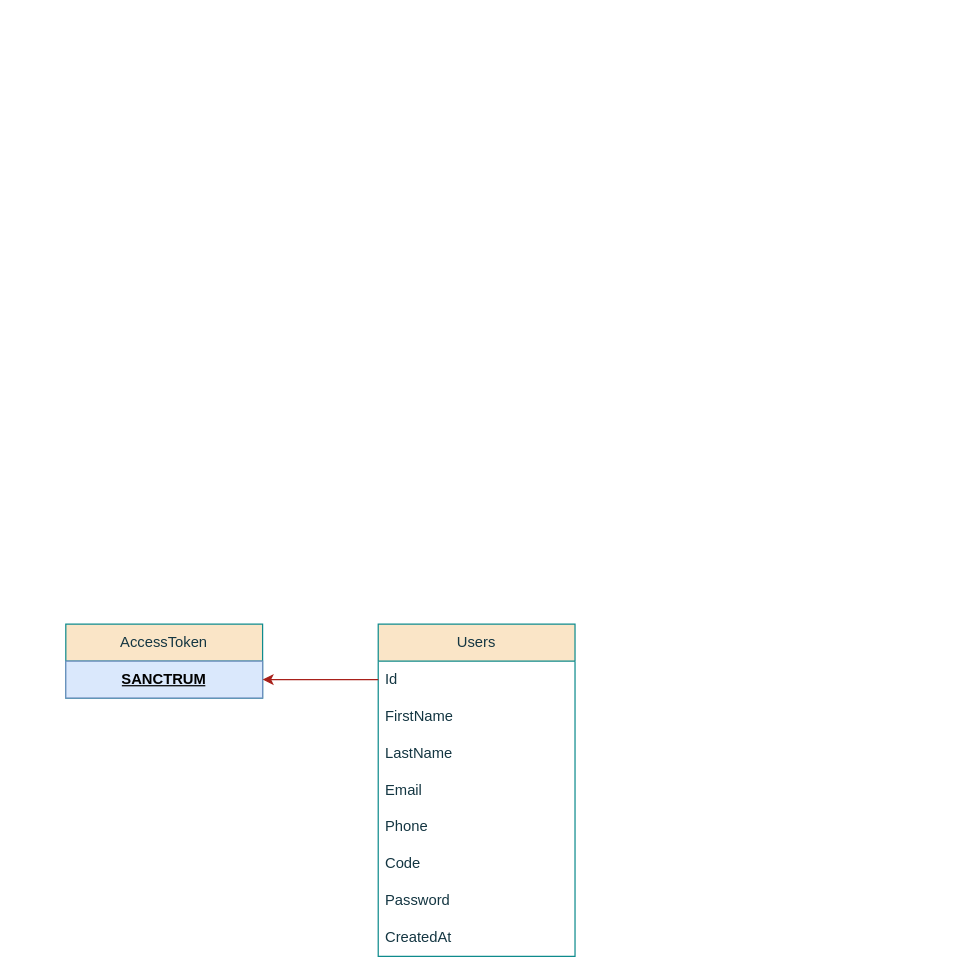
Before: page "Схема базы данных" (1 of 4) of Documentation/Diagram work to application.drawio in Remote-Siberian-Hammer/BET_ASSISTANT, a draw.io diagram. Source tidied: cells renumbered, new cells numbered last; positions are measured from the earlier drawing's top-left corner, leaving out a move shared by most shapes. Both pictures are drawn from the tidied source at 123%, with x=0, y=0 at pixel (65, 624).
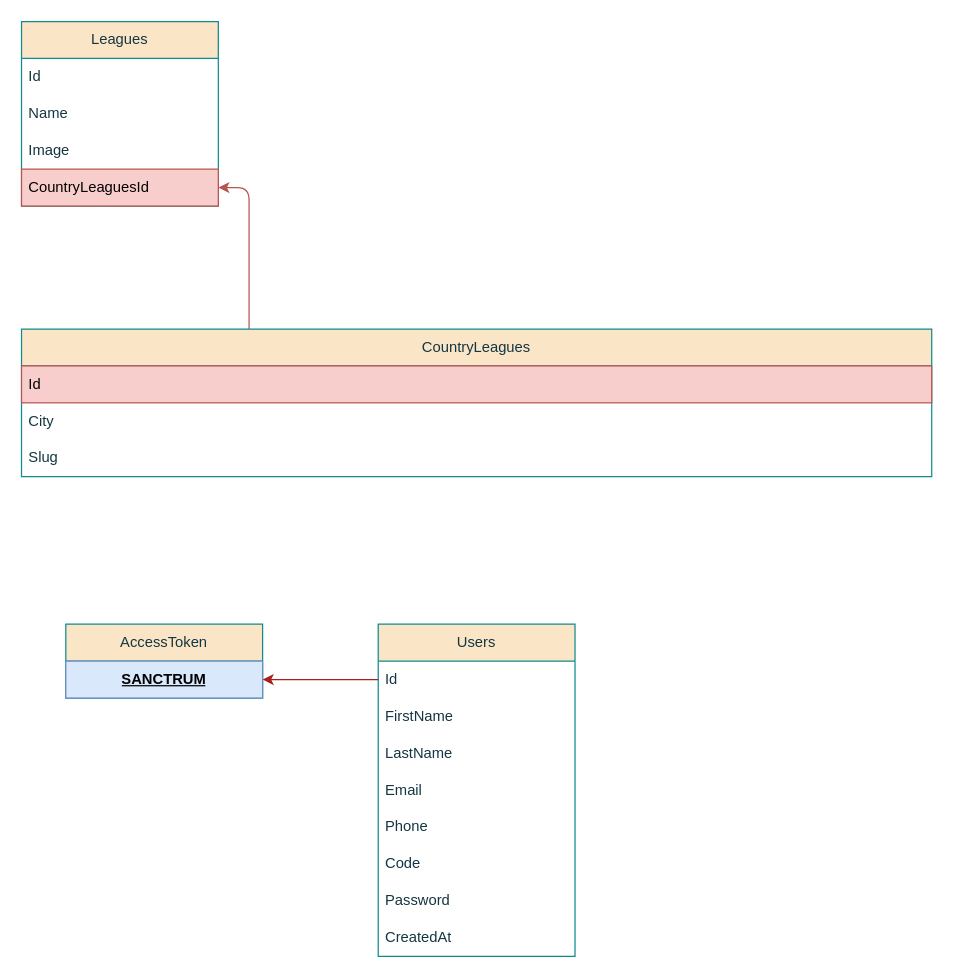
The same diagram, later.

Diff of the diagram source:
```diff
@@
+    <mxCell id="14" style="edgeStyle=orthogonalEdgeStyle;html=1;exitX=0.25;exitY=0;exitDx=0;exitDy=0;entryX=1;entryY=0.5;entryDx=0;entryDy=0;fillColor=#f8cecc;strokeColor=#b85450;" parent="1" edge="1" source="15" target="23">
+      <mxGeometry relative="1" as="geometry" />
+    </mxCell>
+    <mxCell id="15" value="CountryLeagues" style="swimlane;fontStyle=0;horizontal=1;startSize=30;whiteSpace=wrap;html=1;labelBackgroundColor=none;fillColor=#FAE5C7;strokeColor=#0F8B8D;fontColor=#143642;" parent="1" vertex="1">
+      <mxGeometry x="-36" y="-240" width="740" height="120" as="geometry" />
+    </mxCell>
+    <mxCell id="16" value="Id" style="text;strokeColor=#b85450;fillColor=#f8cecc;align=left;verticalAlign=middle;spacingLeft=4;spacingRight=4;overflow=hidden;whiteSpace=wrap;html=1;labelBackgroundColor=none;" parent="15" vertex="1">
+      <mxGeometry y="30" width="740" height="30" as="geometry" />
+    </mxCell>
+    <mxCell id="17" value="City" style="text;strokeColor=none;fillColor=none;align=left;verticalAlign=middle;spacingLeft=4;spacingRight=4;overflow=hidden;whiteSpace=wrap;html=1;labelBackgroundColor=none;fontColor=#143642;" parent="15" vertex="1">
+      <mxGeometry y="60" width="740" height="30" as="geometry" />
+    </mxCell>
+    <mxCell id="18" value="Slug" style="text;strokeColor=none;fillColor=none;align=left;verticalAlign=middle;spacingLeft=4;spacingRight=4;overflow=hidden;whiteSpace=wrap;html=1;labelBackgroundColor=none;fontColor=#143642;" parent="15" vertex="1">
+      <mxGeometry y="90" width="740" height="30" as="geometry" />
+    </mxCell>
+    <mxCell id="19" value="Leagues" style="swimlane;fontStyle=0;horizontal=1;startSize=30;whiteSpace=wrap;html=1;labelBackgroundColor=none;fillColor=#FAE5C7;strokeColor=#0F8B8D;fontColor=#143642;" parent="1" vertex="1">
+      <mxGeometry x="-36" y="-490" width="160" height="150" as="geometry" />
+    </mxCell>
+    <mxCell id="20" value="Id" style="text;strokeColor=none;fillColor=none;align=left;verticalAlign=middle;spacingLeft=4;spacingRight=4;overflow=hidden;whiteSpace=wrap;html=1;labelBackgroundColor=none;fontColor=#143642;" parent="19" vertex="1">
+      <mxGeometry y="30" width="160" height="30" as="geometry" />
+    </mxCell>
+    <mxCell id="21" value="Name" style="text;strokeColor=none;fillColor=none;align=left;verticalAlign=middle;spacingLeft=4;spacingRight=4;overflow=hidden;whiteSpace=wrap;html=1;labelBackgroundColor=none;fontColor=#143642;" parent="19" vertex="1">
+      <mxGeometry y="60" width="160" height="30" as="geometry" />
+    </mxCell>
+    <mxCell id="22" value="Image" style="text;strokeColor=none;fillColor=none;align=left;verticalAlign=middle;spacingLeft=4;spacingRight=4;overflow=hidden;whiteSpace=wrap;html=1;labelBackgroundColor=none;fontColor=#143642;" parent="19" vertex="1">
+      <mxGeometry y="90" width="160" height="30" as="geometry" />
+    </mxCell>
+    <mxCell id="23" value="&lt;span style=&quot;text-align: center;&quot;&gt;CountryLeaguesId&lt;/span&gt;" style="text;strokeColor=#b85450;fillColor=#f8cecc;align=left;verticalAlign=middle;spacingLeft=4;spacingRight=4;overflow=hidden;points=[[0,0.5],[1,0.5]];portConstraint=eastwest;whiteSpace=wrap;html=1;labelBackgroundColor=none;" parent="19" vertex="1">
+      <mxGeometry y="120" width="160" height="30" as="geometry" />
+    </mxCell>
```
